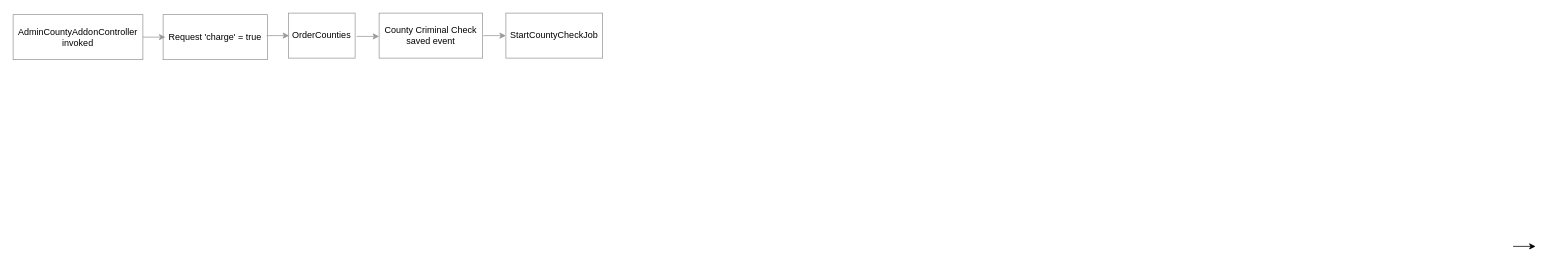
Earlier version of the draw.io diagram Admin county addon with no charge.drawio (gregorygonzalez87/diagrams). Source tidied: cells renumbered, new cells numbered last; positions are measured from the earlier drawing's top-left corner, leaving out a move shared by most shapes. Both pictures are drawn from the tidied source at 75%, with x=0, y=0 at pixel (13, 13).
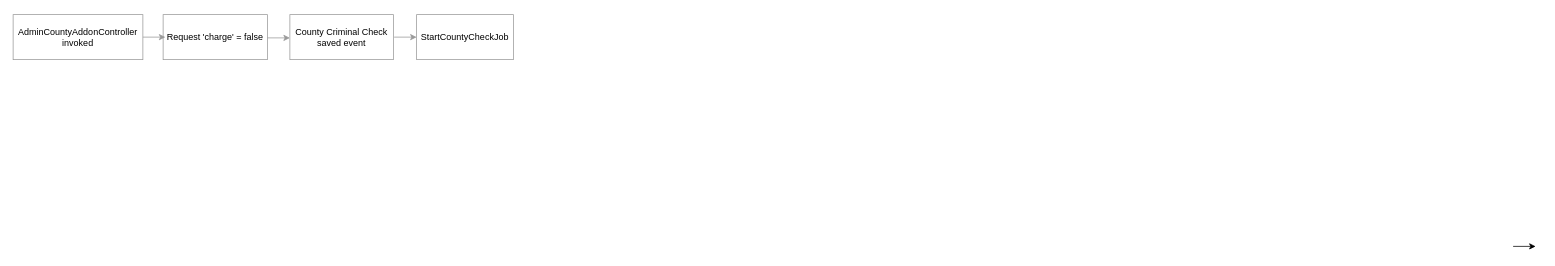
The same diagram, later.

Change to the diagram source:
```diff
@@
 <mxGraphModel>
   <root>
     <mxCell id="0" />
     <mxCell id="1" parent="0" />
-    <mxCell id="2" value="Request 'charge' = true" style="rounded=0;whiteSpace=wrap;html=1;strokeColor=#999999;fillColor=#FFFFFF;labelBackgroundColor=none;" parent="1" vertex="1">
+    <mxCell id="2" value="Request 'charge' = false" style="rounded=0;whiteSpace=wrap;html=1;strokeColor=#999999;fillColor=#FFFFFF;labelBackgroundColor=none;" parent="1" vertex="1">
       <mxGeometry x="200" y="2" width="139" height="60" as="geometry" />
     </mxCell>
     <mxCell id="3" style="endArrow=classic;html=1;rounded=0;strokeColor=#999999;fillColor=#FFFFFF;labelBackgroundColor=none;" parent="1" edge="1">
       <mxGeometry relative="1" as="geometry">
-        <mxPoint x="458" y="31" as="sourcePoint" />
-        <mxPoint x="488" y="31" as="targetPoint" />
+        <mxPoint x="339" y="33" as="sourcePoint" />
+        <mxPoint x="369" y="33" as="targetPoint" />
       </mxGeometry>
     </mxCell>
-    <mxCell id="4" value="OrderCounties" style="rounded=0;whiteSpace=wrap;html=1;strokeColor=#999999;fillColor=#FFFFFF;labelBackgroundColor=none;" parent="1" vertex="1">
-      <mxGeometry x="367" width="89" height="60" as="geometry" />
-    </mxCell>
     <mxCell id="5" style="endArrow=classic;html=1;rounded=0;" parent="1" edge="1">
       <mxGeometry relative="1" as="geometry">
         <mxPoint x="2000" y="311" as="sourcePoint" />
         <mxPoint x="2030" y="311" as="targetPoint" />
       </mxGeometry>
     </mxCell>
     <mxCell id="6" value="AdminCountyAddonController invoked" style="rounded=0;whiteSpace=wrap;html=1;strokeColor=#999999;fillColor=#FFFFFF;labelBackgroundColor=none;" parent="1" vertex="1">
       <mxGeometry y="2" width="173" height="60" as="geometry" />
     </mxCell>
     <mxCell id="7" style="endArrow=classic;html=1;rounded=0;strokeColor=#999999;fillColor=#FFFFFF;labelBackgroundColor=none;" parent="1" edge="1">
       <mxGeometry relative="1" as="geometry">
         <mxPoint x="173" y="32" as="sourcePoint" />
         <mxPoint x="203" y="32" as="targetPoint" />
       </mxGeometry>
     </mxCell>
     <mxCell id="8" value="StartCountyCheckJob" style="rounded=0;whiteSpace=wrap;html=1;strokeColor=#999999;fillColor=#FFFFFF;labelBackgroundColor=none;" parent="1" vertex="1">
-      <mxGeometry x="657" width="129" height="60" as="geometry" />
+      <mxGeometry x="538" y="2" width="129" height="60" as="geometry" />
     </mxCell>
     <mxCell id="9" style="endArrow=classic;html=1;rounded=0;strokeColor=#999999;fillColor=#FFFFFF;labelBackgroundColor=none;" parent="1" edge="1">
       <mxGeometry relative="1" as="geometry">
-        <mxPoint x="627" y="30" as="sourcePoint" />
-        <mxPoint x="657" y="30" as="targetPoint" />
+        <mxPoint x="508" y="32" as="sourcePoint" />
+        <mxPoint x="538" y="32" as="targetPoint" />
       </mxGeometry>
     </mxCell>
-    <mxCell id="10" style="endArrow=classic;html=1;rounded=0;strokeColor=#999999;fillColor=#FFFFFF;labelBackgroundColor=none;" parent="1" edge="1">
-      <mxGeometry relative="1" as="geometry">
-        <mxPoint x="338" y="30" as="sourcePoint" />
-        <mxPoint x="368" y="30" as="targetPoint" />
-      </mxGeometry>
-    </mxCell>
     <mxCell id="11" value="County Criminal Check saved event" style="rounded=0;whiteSpace=wrap;html=1;strokeColor=#999999;fillColor=#FFFFFF;labelBackgroundColor=none;" parent="1" vertex="1">
-      <mxGeometry x="488" width="138" height="60" as="geometry" />
+      <mxGeometry x="369" y="2" width="138" height="60" as="geometry" />
     </mxCell>
   </root>
 </mxGraphModel>
```
